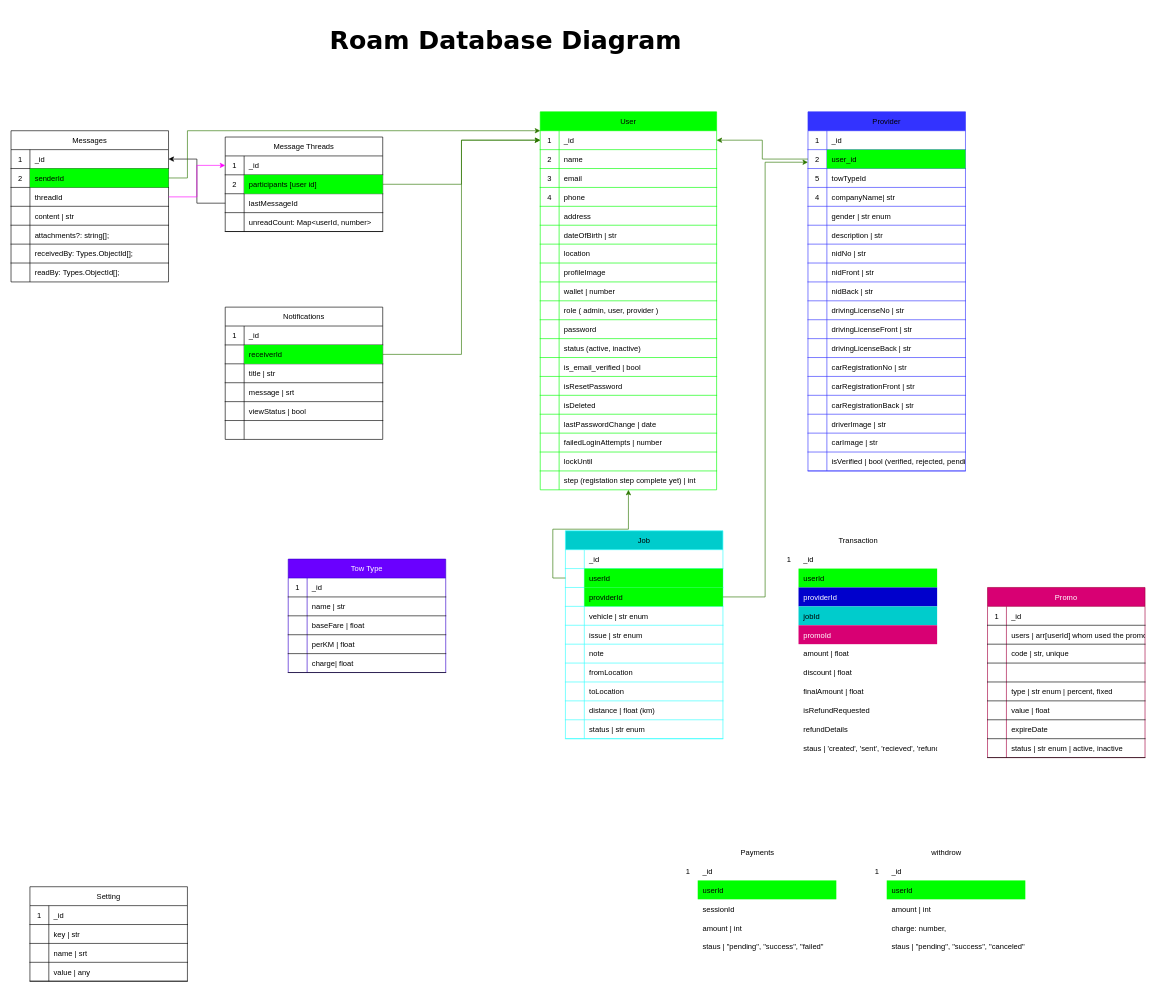
This is page "Diagram" (1 of 2) of Diagram.drawio from mdalmamunDev/roam-backend, a draw.io file, before an edit. Source tidied: cells renumbered, new cells numbered last; positions are measured from the earlier drawing's top-left corner, leaving out a move shared by most shapes. Both pictures are drawn from the tidied source at 63%, with x=0, y=0 at pixel (11, 11).
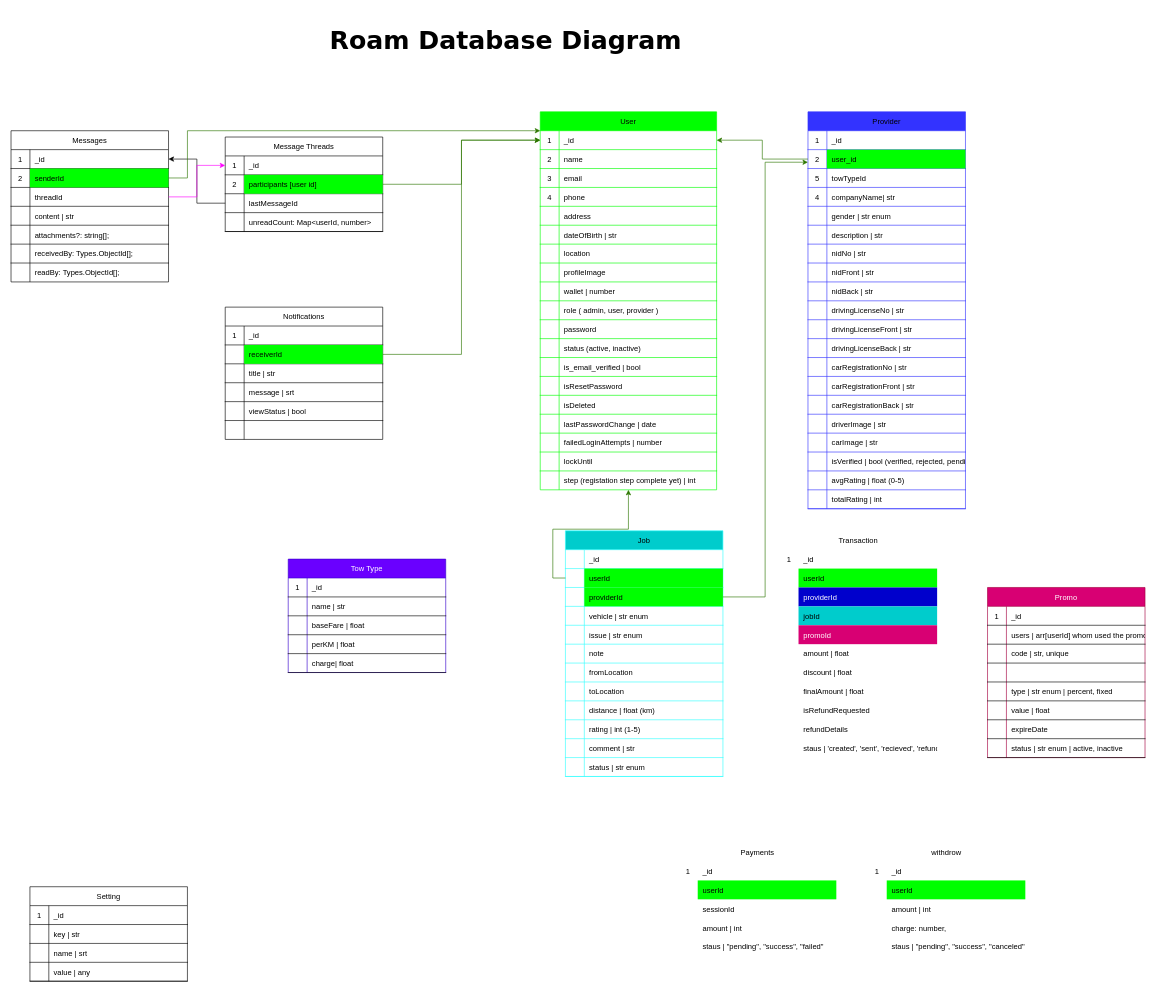
After the change.

What changed in the source:
```diff
@@
     <mxCell id="60" value="Job" style="shape=table;startSize=30;childLayout=tableLayout;rowLines=0;fontStyle=0;align=center;fontColor=default;strokeColor=#33FFFF;fillColor=#00CCCC;" parent="1" vertex="1">
-      <mxGeometry x="880" y="825" width="250" height="330" as="geometry" />
+      <mxGeometry x="880" y="825" width="250" height="390" as="geometry" />
     </mxCell>
@@
+    <mxCell id="337" style="shape=partialRectangle;fillColor=none;top=0;left=0;right=0;bottom=1;fontColor=default;strokeColor=#33FFFF;fontStyle=0;" parent="60" vertex="1">
+      <mxGeometry y="300" width="250" height="30" as="geometry" />
+    </mxCell>
+    <mxCell id="338" style="shape=partialRectangle;overflow=hidden;fillColor=none;top=0;left=0;bottom=0;right=0;fontStyle=0;fontColor=default;strokeColor=#33FFFF;" parent="337" vertex="1">
+      <mxGeometry width="30" height="30" as="geometry" />
+    </mxCell>
+    <mxCell id="339" value="rating | int (1-5)" style="shape=partialRectangle;overflow=hidden;fillColor=none;top=0;left=0;bottom=0;right=0;align=left;spacingLeft=6;fontStyle=0;fontColor=default;strokeColor=#33FFFF;" parent="337" vertex="1">
+      <mxGeometry x="30" width="220" height="30" as="geometry" />
+    </mxCell>
+    <mxCell id="340" style="shape=partialRectangle;fillColor=none;top=0;left=0;right=0;bottom=1;fontColor=default;strokeColor=#33FFFF;fontStyle=0;" parent="60" vertex="1">
+      <mxGeometry y="330" width="250" height="30" as="geometry" />
+    </mxCell>
+    <mxCell id="341" style="shape=partialRectangle;overflow=hidden;fillColor=none;top=0;left=0;bottom=0;right=0;fontStyle=0;fontColor=default;strokeColor=#33FFFF;" parent="340" vertex="1">
+      <mxGeometry width="30" height="30" as="geometry" />
+    </mxCell>
+    <mxCell id="342" value="comment | str" style="shape=partialRectangle;overflow=hidden;fillColor=none;top=0;left=0;bottom=0;right=0;align=left;spacingLeft=6;fontStyle=0;fontColor=default;strokeColor=#33FFFF;" parent="340" vertex="1">
+      <mxGeometry x="30" width="220" height="30" as="geometry" />
+    </mxCell>
     <mxCell id="88" style="shape=partialRectangle;fillColor=none;top=0;left=0;right=0;bottom=1;fontColor=default;strokeColor=#33FFFF;fontStyle=0;" parent="60" vertex="1">
-      <mxGeometry y="300" width="250" height="30" as="geometry" />
+      <mxGeometry y="360" width="250" height="30" as="geometry" />
     </mxCell>
@@
     <mxCell id="91" value="Provider" style="shape=table;startSize=30;childLayout=tableLayout;rowLines=0;fontStyle=0;align=center;strokeColor=#3333FF;fontColor=default;fillColor=#3333FF;" parent="1" vertex="1">
-      <mxGeometry x="1265" y="160" width="250" height="570" as="geometry" />
+      <mxGeometry x="1265" y="160" width="250" height="630" as="geometry" />
     </mxCell>
@@
+    <mxCell id="343" style="shape=partialRectangle;fillColor=none;top=0;left=0;right=0;bottom=1;strokeColor=#3333FF;fontStyle=0;" parent="91" vertex="1">
+      <mxGeometry y="570" width="250" height="30" as="geometry" />
+    </mxCell>
+    <mxCell id="344" style="shape=partialRectangle;overflow=hidden;fillColor=none;top=0;left=0;bottom=0;right=0;fontStyle=0;strokeColor=#3333FF;" parent="343" vertex="1">
+      <mxGeometry width="30" height="30" as="geometry" />
+    </mxCell>
+    <mxCell id="345" value="avgRating | float (0-5)" style="shape=partialRectangle;overflow=hidden;fillColor=none;top=0;left=0;bottom=0;right=0;align=left;spacingLeft=6;fontStyle=0;strokeColor=#3333FF;" parent="343" vertex="1">
+      <mxGeometry x="30" width="220" height="30" as="geometry" />
+    </mxCell>
+    <mxCell id="346" style="shape=partialRectangle;fillColor=none;top=0;left=0;right=0;bottom=1;strokeColor=#3333FF;fontStyle=0;" parent="91" vertex="1">
+      <mxGeometry y="600" width="250" height="30" as="geometry" />
+    </mxCell>
+    <mxCell id="347" style="shape=partialRectangle;overflow=hidden;fillColor=none;top=0;left=0;bottom=0;right=0;fontStyle=0;strokeColor=#3333FF;" parent="346" vertex="1">
+      <mxGeometry width="30" height="30" as="geometry" />
+    </mxCell>
+    <mxCell id="348" value="totalRating | int" style="shape=partialRectangle;overflow=hidden;fillColor=none;top=0;left=0;bottom=0;right=0;align=left;spacingLeft=6;fontStyle=0;strokeColor=#3333FF;" parent="346" vertex="1">
+      <mxGeometry x="30" width="220" height="30" as="geometry" />
+    </mxCell>
```
